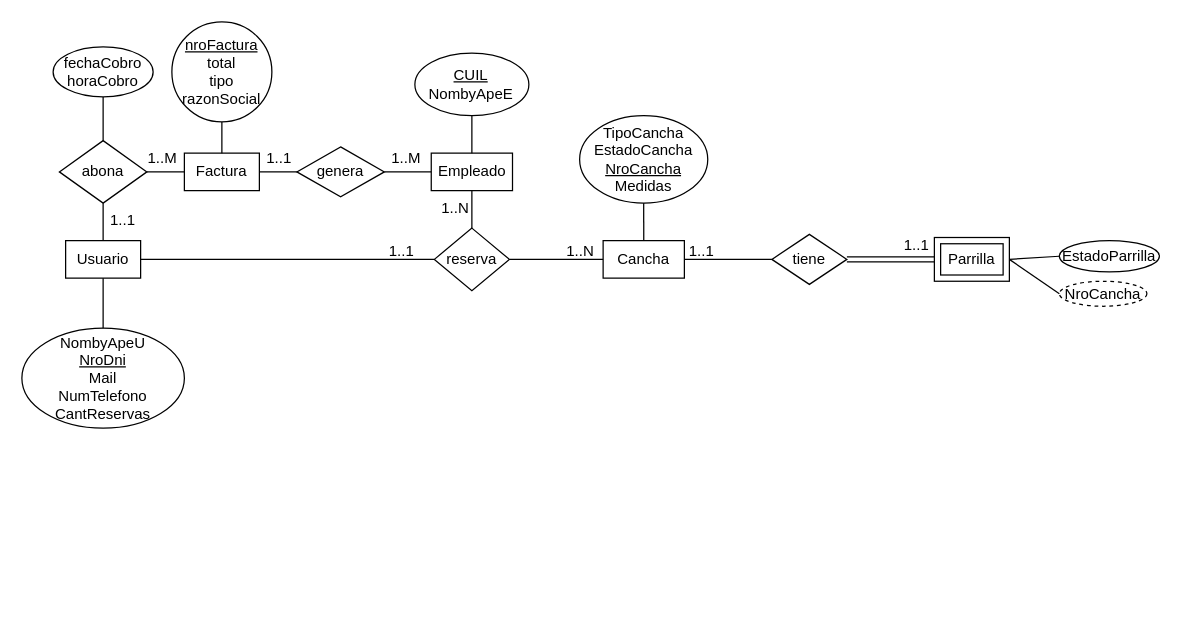
The draw.io diagram f5TPDSW.drawio in santisabb/ejercicios-base_de_datos, before the edit. Source tidied: cells renumbered, new cells numbered last; positions are measured from the earlier drawing's top-left corner, leaving out a move shared by most shapes. Both pictures are drawn from the tidied source at 125%, with x=0, y=0 at pixel (21, 21).
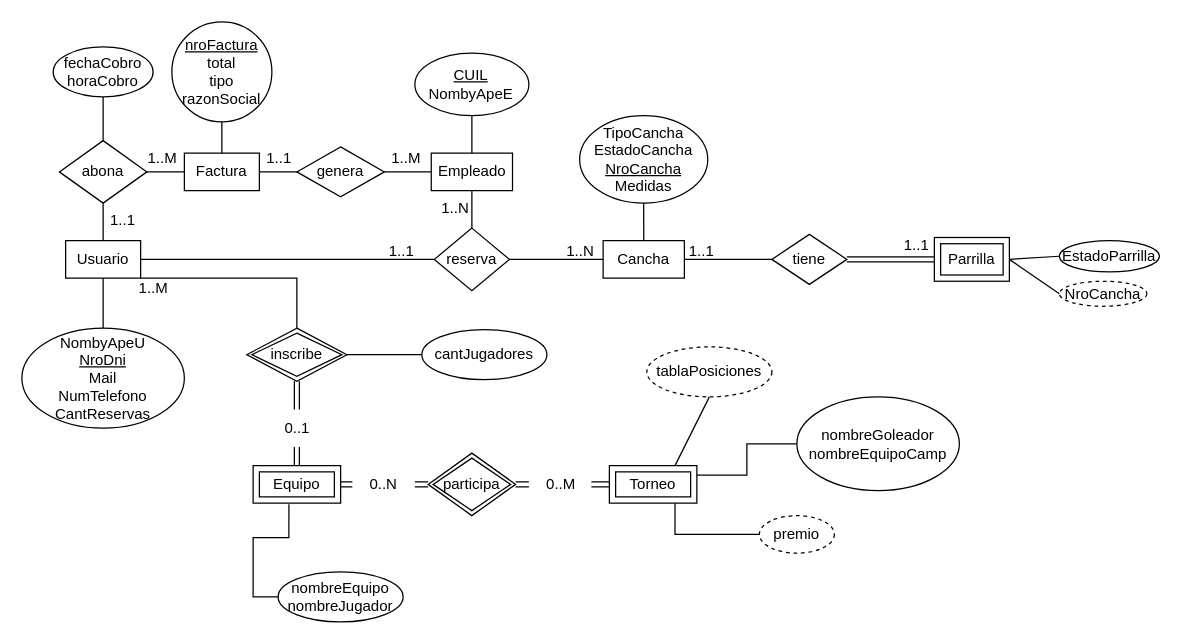
Above is the later version.

Unchanged cells that the change refers to:
```xml
<mxCell id="2" value="Usuario" style="whiteSpace=wrap;html=1;align=center;" parent="1" vertex="1">
  <mxGeometry x="35" y="175" width="60" height="30" as="geometry" />
</mxCell>
```

Diff of the diagram source:
```diff
@@
+    <mxCell id="44" style="endArrow=none;html=1;rounded=0;exitX=1;exitY=1;exitDx=0;exitDy=0;" parent="1" edge="1" source="2" target="45">
+      <mxGeometry relative="1" as="geometry">
+        <Array as="points">
+          <mxPoint x="220" y="205" />
+        </Array>
+      </mxGeometry>
+    </mxCell>
+    <mxCell id="45" value="inscribe" style="shape=rhombus;double=1;perimeter=rhombusPerimeter;whiteSpace=wrap;html=1;align=center;" parent="1" vertex="1">
+      <mxGeometry x="180" y="245" width="80" height="42.5" as="geometry" />
+    </mxCell>
+    <mxCell id="46" style="shape=link;html=1;rounded=0;exitX=0.5;exitY=1;exitDx=0;exitDy=0;entryX=0.5;entryY=0;entryDx=0;entryDy=0;" parent="1" edge="1" source="58" target="50">
+      <mxGeometry relative="1" as="geometry" />
+    </mxCell>
+    <mxCell id="47" style="edgeStyle=orthogonalEdgeStyle;rounded=0;jettySize=auto;html=1;entryX=0;entryY=0.5;entryDx=0;entryDy=0;endArrow=none;endFill=0;exitX=0.409;exitY=1.027;exitDx=0;exitDy=0;exitPerimeter=0;" parent="1" edge="1" source="50" target="49">
+      <mxGeometry relative="1" as="geometry" />
+    </mxCell>
+    <mxCell id="48" value="Torneo" style="shape=ext;margin=3;double=1;whiteSpace=wrap;html=1;align=center;" parent="1" vertex="1">
+      <mxGeometry x="470" y="355" width="70" height="30" as="geometry" />
+    </mxCell>
+    <mxCell id="49" value="nombreEquipo&lt;br&gt;nombreJugador" style="ellipse;whiteSpace=wrap;html=1;align=center;" parent="1" vertex="1">
+      <mxGeometry x="205" y="440" width="100" height="40" as="geometry" />
+    </mxCell>
+    <mxCell id="50" value="Equipo" style="shape=ext;margin=3;double=1;whiteSpace=wrap;html=1;align=center;" parent="1" vertex="1">
+      <mxGeometry x="185" y="355" width="70" height="30" as="geometry" />
+    </mxCell>
+    <mxCell id="51" value="participa" style="shape=rhombus;double=1;perimeter=rhombusPerimeter;whiteSpace=wrap;html=1;align=center;" parent="1" vertex="1">
+      <mxGeometry x="325" y="345" width="70" height="50" as="geometry" />
+    </mxCell>
+    <mxCell id="52" style="edgeStyle=orthogonalEdgeStyle;rounded=0;jettySize=auto;html=1;exitX=0;exitY=0.5;exitDx=0;exitDy=0;entryX=1;entryY=0.25;entryDx=0;entryDy=0;endArrow=none;endFill=0;" parent="1" edge="1" source="53" target="48">
+      <mxGeometry relative="1" as="geometry" />
+    </mxCell>
+    <mxCell id="53" value="nombreGoleador&lt;br&gt;nombreEquipoCamp" style="ellipse;whiteSpace=wrap;html=1;align=center;" parent="1" vertex="1">
+      <mxGeometry x="620" y="300" width="130" height="75" as="geometry" />
+    </mxCell>
+    <mxCell id="54" style="edgeStyle=orthogonalEdgeStyle;rounded=0;jettySize=auto;html=1;exitX=0;exitY=0.5;exitDx=0;exitDy=0;entryX=0.75;entryY=1;entryDx=0;entryDy=0;endArrow=none;endFill=0;" parent="1" edge="1" source="55" target="48">
+      <mxGeometry relative="1" as="geometry" />
+    </mxCell>
+    <mxCell id="55" value="premio" style="ellipse;whiteSpace=wrap;html=1;align=center;dashed=1;" parent="1" vertex="1">
+      <mxGeometry x="590" y="395" width="60" height="30" as="geometry" />
+    </mxCell>
+    <mxCell id="56" value="1..M" style="text;html=1;align=center;verticalAlign=middle;strokeColor=none;fillColor=none;" parent="1" vertex="1">
+      <mxGeometry x="80" y="197.5" width="50" height="30" as="geometry" />
+    </mxCell>
+    <mxCell id="57" style="shape=link;html=1;rounded=0;exitX=0.5;exitY=1;exitDx=0;exitDy=0;entryX=0.5;entryY=0;entryDx=0;entryDy=0;" parent="1" edge="1" source="45" target="58">
+      <mxGeometry relative="1" as="geometry" />
+    </mxCell>
+    <mxCell id="58" value="0..1" style="text;html=1;align=center;verticalAlign=middle;points=[];strokeColor=none;fillColor=none;" parent="1" vertex="1">
+      <mxGeometry x="200" y="310" width="40" height="30" as="geometry" />
+    </mxCell>
+    <mxCell id="59" style="shape=link;html=1;rounded=0;exitX=1;exitY=0.5;exitDx=0;exitDy=0;entryX=0;entryY=0.5;entryDx=0;entryDy=0;" parent="1" edge="1" source="62" target="51">
+      <mxGeometry relative="1" as="geometry" />
+    </mxCell>
+    <mxCell id="60" style="shape=link;html=1;rounded=0;exitX=1;exitY=0.5;exitDx=0;exitDy=0;entryX=0;entryY=0.5;entryDx=0;entryDy=0;" parent="1" edge="1" source="64" target="48">
+      <mxGeometry relative="1" as="geometry" />
+    </mxCell>
+    <mxCell id="61" style="shape=link;html=1;rounded=0;exitX=1;exitY=0.5;exitDx=0;exitDy=0;entryX=0;entryY=0.5;entryDx=0;entryDy=0;" parent="1" edge="1" source="50" target="62">
+      <mxGeometry relative="1" as="geometry" />
+    </mxCell>
+    <mxCell id="62" value="0..N" style="text;html=1;align=center;verticalAlign=middle;points=[];strokeColor=none;fillColor=none;" parent="1" vertex="1">
+      <mxGeometry x="264.4" y="355" width="50" height="30" as="geometry" />
+    </mxCell>
+    <mxCell id="63" style="shape=link;html=1;rounded=0;exitX=1;exitY=0.5;exitDx=0;exitDy=0;entryX=0;entryY=0.5;entryDx=0;entryDy=0;" parent="1" edge="1" source="51" target="64">
+      <mxGeometry relative="1" as="geometry" />
+    </mxCell>
+    <mxCell id="64" value="0..M" style="text;html=1;align=center;verticalAlign=middle;points=[];strokeColor=none;fillColor=none;" parent="1" vertex="1">
+      <mxGeometry x="405.6" y="355" width="50" height="30" as="geometry" />
+    </mxCell>
+    <mxCell id="65" style="edgeStyle=orthogonalEdgeStyle;rounded=0;jettySize=auto;html=1;exitX=0;exitY=0.5;exitDx=0;exitDy=0;entryX=1;entryY=0.5;entryDx=0;entryDy=0;endArrow=none;endFill=0;" parent="1" edge="1" source="66" target="45">
+      <mxGeometry relative="1" as="geometry" />
+    </mxCell>
+    <mxCell id="66" value="cantJugadores" style="ellipse;whiteSpace=wrap;html=1;align=center;" parent="1" vertex="1">
+      <mxGeometry x="320" y="246.2" width="100" height="40" as="geometry" />
+    </mxCell>
+    <mxCell id="67" value="tablaPosiciones" style="ellipse;whiteSpace=wrap;html=1;align=center;dashed=1;" parent="1" vertex="1">
+      <mxGeometry x="500" y="260" width="100" height="40" as="geometry" />
+    </mxCell>
+    <mxCell id="68" style="endArrow=none;html=1;rounded=0;entryX=0.5;entryY=1;entryDx=0;entryDy=0;exitX=0.75;exitY=0;exitDx=0;exitDy=0;" parent="1" edge="1" source="48" target="67">
+      <mxGeometry relative="1" as="geometry" />
+    </mxCell>
```
